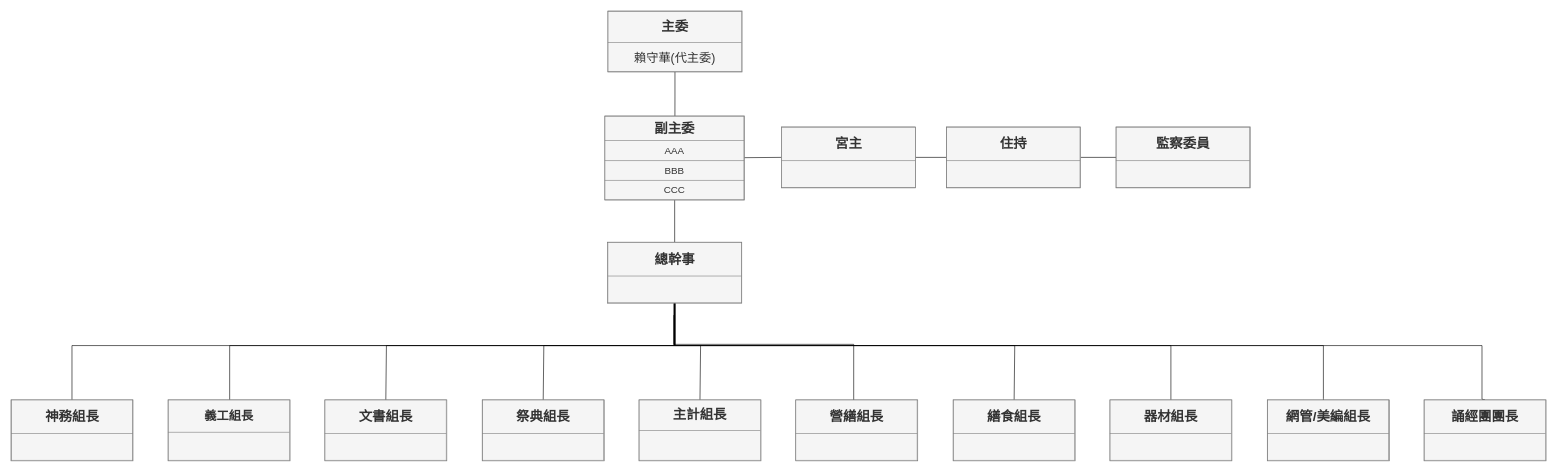
Before: Untitled Diagram.drawio in hahalin/ASPNETClass, a draw.io diagram. Source tidied: cells renumbered, new cells numbered last; positions are measured from the earlier drawing's top-left corner, leaving out a move shared by most shapes. Both pictures are drawn from the tidied source at 61%, with x=0, y=0 at pixel (10, 10).
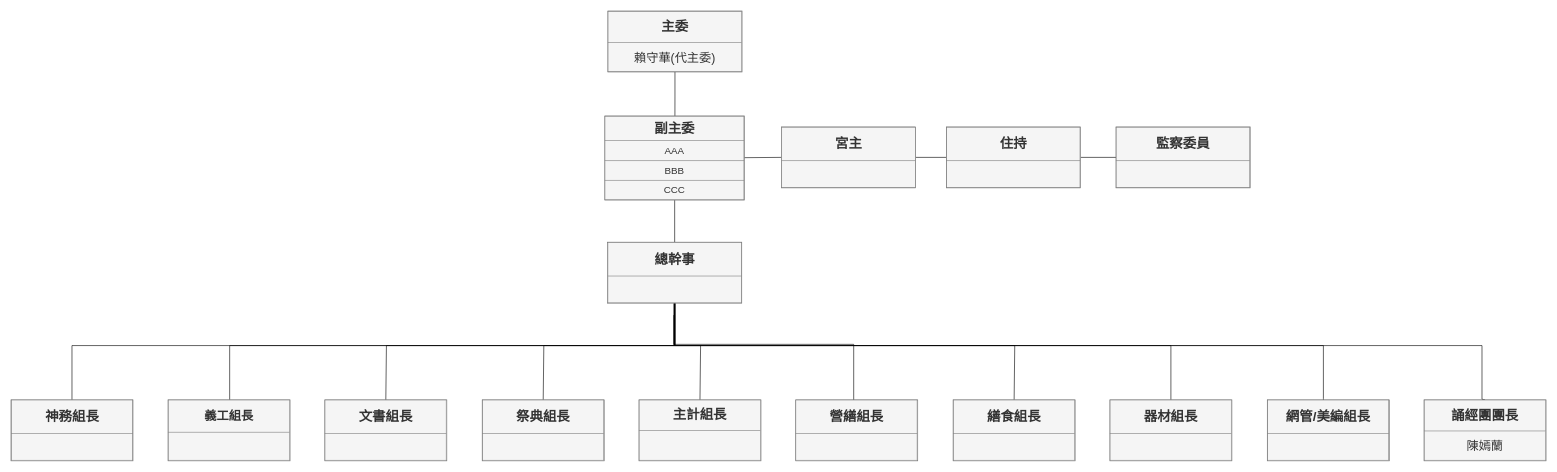
The same page after the edit.

Commit message:
寶聖委員組織圖.drawio

Diff of the diagram source:
```diff
@@
-    <mxCell id="32" value="&lt;table border=&quot;1&quot; width=&quot;100%&quot; cellpadding=&quot;4&quot; style=&quot;width: 100% ; height: 100% ; border-collapse: collapse ; font-size: 16px&quot;&gt;&lt;tbody&gt;&lt;tr&gt;&lt;th align=&quot;center&quot;&gt;&lt;font style=&quot;font-size: 22px&quot;&gt;誦經團團長&lt;/font&gt;&lt;/th&gt;&lt;/tr&gt;&lt;tr&gt;&lt;td align=&quot;center&quot;&gt;&lt;br&gt;&lt;/td&gt;&lt;/tr&gt;&lt;/tbody&gt;&lt;/table&gt;&lt;br style=&quot;font-size: 16px&quot;&gt;" style="text;html=1;overflow=fill;rounded=0;fillColor=#f5f5f5;strokeColor=#666666;fontColor=#333333;flipH=1;" parent="1" vertex="1">
+    <mxCell id="32" value="&lt;table border=&quot;1&quot; width=&quot;100%&quot; cellpadding=&quot;4&quot; style=&quot;width: 100% ; height: 100% ; border-collapse: collapse ; font-size: 20px&quot;&gt;&lt;tbody&gt;&lt;tr&gt;&lt;th align=&quot;center&quot;&gt;&lt;font style=&quot;font-size: 22px&quot;&gt;誦經團團長&lt;/font&gt;&lt;/th&gt;&lt;/tr&gt;&lt;tr&gt;&lt;td align=&quot;center&quot;&gt;&lt;font style=&quot;font-size: 20px&quot;&gt;&lt;font style=&quot;font-size: 20px&quot;&gt;陳嫣蘭&lt;/font&gt;&lt;br&gt;&lt;/font&gt;&lt;/td&gt;&lt;/tr&gt;&lt;/tbody&gt;&lt;/table&gt;&lt;br style=&quot;font-size: 20px&quot;&gt;" style="text;html=1;overflow=fill;rounded=0;fillColor=#f5f5f5;strokeColor=#666666;fontColor=#333333;flipH=1;" parent="1" vertex="1">
       <mxGeometry x="2317" y="638" width="200" height="100" as="geometry" />
     </mxCell>
```
